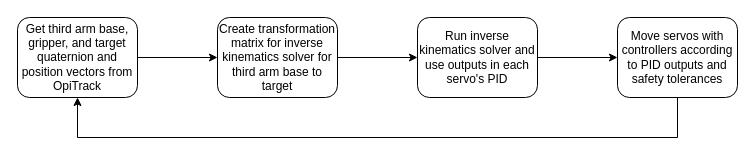
This is motion planning pipeline.drawio from hrc2/third_arm_project, a draw.io file, before an edit. Source tidied: cells renumbered, new cells numbered last; positions are measured from the earlier drawing's top-left corner, leaving out a move shared by most shapes. Both pictures are drawn from the tidied source at 100%, with x=0, y=0 at pixel (17, 17).
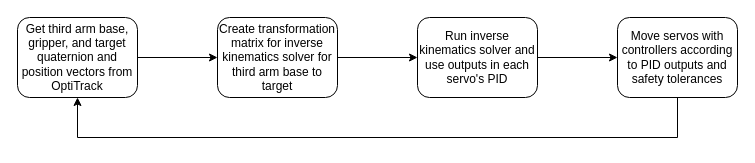
Above is the later version.

Change to the diagram source:
```diff
@@
 <mxGraphModel>
   <root>
     <mxCell id="0" />
     <mxCell id="1" parent="0" />
     <mxCell id="2" style="edgeStyle=orthogonalEdgeStyle;rounded=0;jettySize=auto;html=1;" parent="1" edge="1" source="3" target="5">
       <mxGeometry relative="1" as="geometry" />
     </mxCell>
-    <mxCell id="3" value="Get third arm base, gripper, and target quaternion and position vectors from OpiTrack" style="rounded=1;whiteSpace=wrap;html=1;" parent="1" vertex="1">
+    <mxCell id="3" value="Get third arm base, gripper, and target quaternion and position vectors from OptiTrack" style="rounded=1;whiteSpace=wrap;html=1;" parent="1" vertex="1">
       <mxGeometry width="120" height="80" as="geometry" />
     </mxCell>
     <mxCell id="4" style="edgeStyle=orthogonalEdgeStyle;rounded=0;jettySize=auto;html=1;" parent="1" edge="1" source="5" target="7">
       <mxGeometry relative="1" as="geometry" />
     </mxCell>
     <mxCell id="5" value="Create transformation matrix for inverse kinematics solver for third arm base to target" style="whiteSpace=wrap;html=1;rounded=1;" parent="1" vertex="1">
       <mxGeometry x="200" width="120" height="80" as="geometry" />
     </mxCell>
     <mxCell id="6" style="edgeStyle=orthogonalEdgeStyle;rounded=0;jettySize=auto;html=1;" parent="1" edge="1" source="7" target="9">
       <mxGeometry relative="1" as="geometry" />
     </mxCell>
     <mxCell id="7" value="Run inverse kinematics solver and use outputs in each servo's PID" style="whiteSpace=wrap;html=1;rounded=1;" parent="1" vertex="1">
       <mxGeometry x="400" width="120" height="80" as="geometry" />
     </mxCell>
     <mxCell id="8" style="edgeStyle=orthogonalEdgeStyle;rounded=0;jettySize=auto;html=1;entryX=0.5;entryY=1;entryDx=0;entryDy=0;" parent="1" edge="1" source="9" target="3">
       <mxGeometry relative="1" as="geometry">
         <Array as="points">
           <mxPoint x="660" y="120" />
           <mxPoint x="60" y="120" />
         </Array>
       </mxGeometry>
     </mxCell>
     <mxCell id="9" value="Move servos with controllers according to PID outputs and safety tolerances" style="whiteSpace=wrap;html=1;rounded=1;" parent="1" vertex="1">
       <mxGeometry x="600" width="120" height="80" as="geometry" />
     </mxCell>
   </root>
 </mxGraphModel>
```
